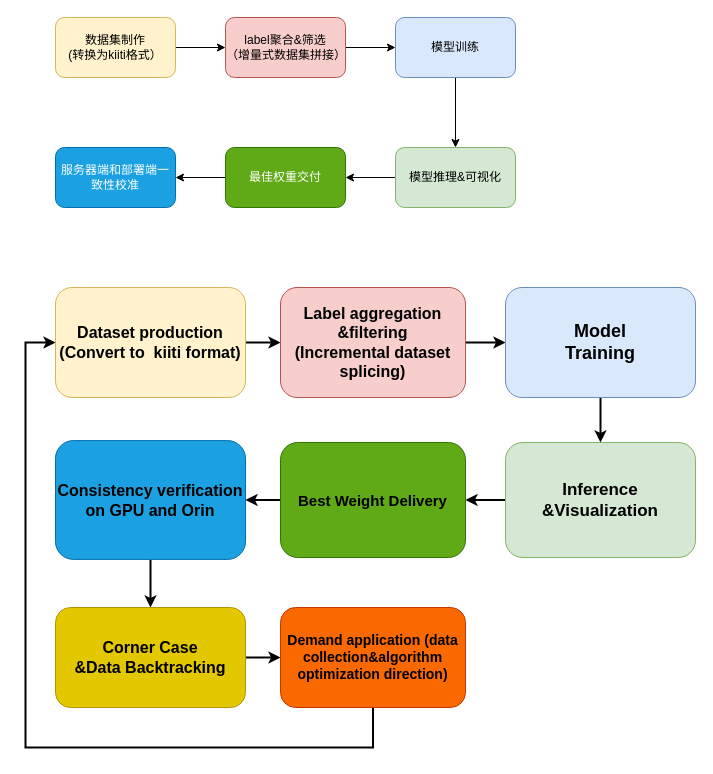
HouXin-J/BEVDet keeps this draw.io diagram as model training.drawio. Above is the earlier version. Source tidied: cells renumbered, new cells numbered last; positions are measured from the earlier drawing's top-left corner, leaving out a move shared by most shapes. Both pictures are drawn from the tidied source at 100%, with x=0, y=0 at pixel (25, 17).
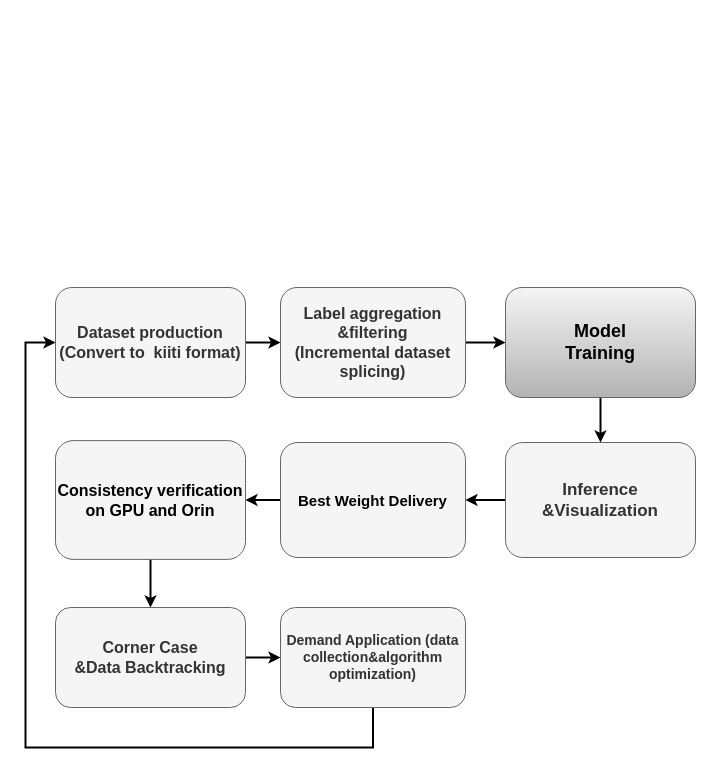
Above is the later version.

The edit, as a diff of the source:
```diff
@@
-    <mxCell id="2" style="edgeStyle=orthogonalEdgeStyle;rounded=0;jettySize=auto;html=1;" parent="1" edge="1" source="3" target="5">
-      <mxGeometry relative="1" as="geometry" />
-    </mxCell>
-    <mxCell id="3" value="数据集制作&lt;br&gt;(转换为kiiti格式）" style="rounded=1;whiteSpace=wrap;html=1;fillColor=#fff2cc;strokeColor=#d6b656;" parent="1" vertex="1">
-      <mxGeometry x="30" width="120" height="60" as="geometry" />
-    </mxCell>
-    <mxCell id="4" style="edgeStyle=orthogonalEdgeStyle;rounded=0;jettySize=auto;html=1;" parent="1" edge="1" source="5" target="7">
-      <mxGeometry relative="1" as="geometry" />
-    </mxCell>
-    <mxCell id="5" value="label聚合&amp;amp;筛选&lt;br&gt;（增量式数据集拼接）" style="whiteSpace=wrap;html=1;rounded=1;fillColor=#f8cecc;strokeColor=#b85450;" parent="1" vertex="1">
-      <mxGeometry x="200" width="120" height="60" as="geometry" />
-    </mxCell>
-    <mxCell id="6" style="edgeStyle=orthogonalEdgeStyle;rounded=0;jettySize=auto;html=1;" parent="1" edge="1" source="7" target="9">
-      <mxGeometry relative="1" as="geometry" />
-    </mxCell>
-    <mxCell id="7" value="模型训练" style="whiteSpace=wrap;html=1;rounded=1;fillColor=#dae8fc;strokeColor=#6c8ebf;" parent="1" vertex="1">
-      <mxGeometry x="370" width="120" height="60" as="geometry" />
-    </mxCell>
-    <mxCell id="8" style="edgeStyle=orthogonalEdgeStyle;rounded=0;jettySize=auto;html=1;" parent="1" edge="1" source="9" target="11">
-      <mxGeometry relative="1" as="geometry" />
-    </mxCell>
-    <mxCell id="9" value="模型推理&amp;amp;可视化" style="whiteSpace=wrap;html=1;rounded=1;fillColor=#d5e8d4;strokeColor=#82b366;" parent="1" vertex="1">
-      <mxGeometry x="370" y="130" width="120" height="60" as="geometry" />
-    </mxCell>
-    <mxCell id="10" style="edgeStyle=orthogonalEdgeStyle;rounded=0;jettySize=auto;html=1;" parent="1" edge="1" source="11" target="12">
-      <mxGeometry relative="1" as="geometry" />
-    </mxCell>
-    <mxCell id="11" value="最佳权重交付" style="whiteSpace=wrap;html=1;rounded=1;fillColor=#60a917;fontColor=#ffffff;strokeColor=#2D7600;" parent="1" vertex="1">
-      <mxGeometry x="200" y="130" width="120" height="60" as="geometry" />
-    </mxCell>
-    <mxCell id="12" value="服务器端和部署端一致性校准" style="whiteSpace=wrap;html=1;fillColor=#1ba1e2;strokeColor=#006EAF;fontColor=#ffffff;rounded=1;" parent="1" vertex="1">
-      <mxGeometry x="30" y="130" width="120" height="60" as="geometry" />
-    </mxCell>
@@
-    <mxCell id="14" value="&lt;div style=&quot;font-size: 16px;&quot;&gt;&lt;b style=&quot;&quot;&gt;&lt;font style=&quot;font-size: 16px;&quot;&gt;Dataset production&lt;/font&gt;&lt;/b&gt;&lt;/div&gt;&lt;div style=&quot;font-size: 16px;&quot;&gt;&lt;b style=&quot;&quot;&gt;&lt;font style=&quot;font-size: 16px;&quot;&gt;(Convert to&amp;nbsp;&amp;nbsp;&lt;span style=&quot;background-color: initial;&quot;&gt;kiiti format)&lt;/span&gt;&lt;/font&gt;&lt;/b&gt;&lt;/div&gt;" style="rounded=1;whiteSpace=wrap;html=1;fillColor=#fff2cc;strokeColor=#d6b656;" parent="1" vertex="1">
+    <mxCell id="14" value="&lt;div style=&quot;font-size: 16px;&quot;&gt;&lt;b style=&quot;&quot;&gt;&lt;font style=&quot;font-size: 16px;&quot;&gt;Dataset production&lt;/font&gt;&lt;/b&gt;&lt;/div&gt;&lt;div style=&quot;font-size: 16px;&quot;&gt;&lt;b style=&quot;&quot;&gt;&lt;font style=&quot;font-size: 16px;&quot;&gt;(Convert to&amp;nbsp;&amp;nbsp;&lt;span style=&quot;background-color: initial;&quot;&gt;kiiti format)&lt;/span&gt;&lt;/font&gt;&lt;/b&gt;&lt;/div&gt;" style="rounded=1;whiteSpace=wrap;html=1;fillColor=#f5f5f5;strokeColor=#666666;fontColor=#333333;" parent="1" vertex="1">
       <mxGeometry x="30" y="270" width="190" height="110" as="geometry" />
     </mxCell>
@@
-    <mxCell id="16" value="&lt;div style=&quot;font-size: 16px;&quot;&gt;&lt;b style=&quot;&quot;&gt;&lt;font style=&quot;font-size: 16px;&quot;&gt;Label aggregation&lt;/font&gt;&lt;/b&gt;&lt;/div&gt;&lt;div style=&quot;font-size: 16px;&quot;&gt;&lt;b&gt;&lt;font style=&quot;font-size: 16px;&quot;&gt;&amp;amp;&lt;/font&gt;&lt;/b&gt;&lt;b style=&quot;background-color: initial;&quot;&gt;filtering&lt;/b&gt;&lt;/div&gt;&lt;div style=&quot;font-size: 16px;&quot;&gt;&lt;b style=&quot;&quot;&gt;&lt;font style=&quot;font-size: 16px;&quot;&gt;(Incremental dataset splicing)&lt;/font&gt;&lt;/b&gt;&lt;/div&gt;" style="whiteSpace=wrap;html=1;rounded=1;fillColor=#f8cecc;strokeColor=#b85450;" parent="1" vertex="1">
+    <mxCell id="16" value="&lt;div style=&quot;font-size: 16px;&quot;&gt;&lt;b style=&quot;&quot;&gt;&lt;font style=&quot;font-size: 16px;&quot;&gt;Label aggregation&lt;/font&gt;&lt;/b&gt;&lt;/div&gt;&lt;div style=&quot;font-size: 16px;&quot;&gt;&lt;b&gt;&lt;font style=&quot;font-size: 16px;&quot;&gt;&amp;amp;&lt;/font&gt;&lt;/b&gt;&lt;b style=&quot;background-color: initial;&quot;&gt;filtering&lt;/b&gt;&lt;/div&gt;&lt;div style=&quot;font-size: 16px;&quot;&gt;&lt;b style=&quot;&quot;&gt;&lt;font style=&quot;font-size: 16px;&quot;&gt;(Incremental dataset splicing)&lt;/font&gt;&lt;/b&gt;&lt;/div&gt;" style="whiteSpace=wrap;html=1;rounded=1;fillColor=#f5f5f5;strokeColor=#666666;fontColor=#333333;" parent="1" vertex="1">
       <mxGeometry x="255" y="270" width="185" height="110" as="geometry" />
     </mxCell>
@@
-    <mxCell id="18" value="&lt;b&gt;&lt;font style=&quot;font-size: 18px;&quot;&gt;Model &lt;br&gt;Training&lt;/font&gt;&lt;/b&gt;" style="whiteSpace=wrap;html=1;rounded=1;fillColor=#dae8fc;strokeColor=#6c8ebf;" parent="1" vertex="1">
+    <mxCell id="18" value="&lt;b&gt;&lt;font style=&quot;font-size: 18px;&quot;&gt;Model &lt;br&gt;Training&lt;/font&gt;&lt;/b&gt;" style="whiteSpace=wrap;html=1;rounded=1;fillColor=#f5f5f5;strokeColor=#666666;gradientColor=#b3b3b3;" parent="1" vertex="1">
       <mxGeometry x="480" y="270" width="190" height="110" as="geometry" />
     </mxCell>
@@
-    <mxCell id="20" value="&lt;b style=&quot;font-size: 17px;&quot;&gt;&lt;font style=&quot;font-size: 17px;&quot;&gt;Inference&lt;br&gt;&amp;amp;Visualization&lt;/font&gt;&lt;/b&gt;" style="whiteSpace=wrap;html=1;rounded=1;fillColor=#d5e8d4;strokeColor=#82b366;" parent="1" vertex="1">
+    <mxCell id="20" value="&lt;b style=&quot;font-size: 17px;&quot;&gt;&lt;font style=&quot;font-size: 17px;&quot;&gt;Inference&lt;br&gt;&amp;amp;Visualization&lt;/font&gt;&lt;/b&gt;" style="whiteSpace=wrap;html=1;rounded=1;fillColor=#f5f5f5;strokeColor=#666666;fontColor=#333333;" parent="1" vertex="1">
       <mxGeometry x="480" y="425" width="190" height="115" as="geometry" />
     </mxCell>
@@
-    <mxCell id="22" value="&lt;b&gt;&lt;font style=&quot;font-size: 15px;&quot; color=&quot;#000000&quot;&gt;Best Weight Delivery&lt;/font&gt;&lt;/b&gt;" style="whiteSpace=wrap;html=1;rounded=1;fillColor=#60a917;fontColor=#ffffff;strokeColor=#2D7600;" parent="1" vertex="1">
+    <mxCell id="22" value="&lt;b&gt;&lt;font style=&quot;font-size: 15px;&quot; color=&quot;#000000&quot;&gt;Best Weight Delivery&lt;/font&gt;&lt;/b&gt;" style="whiteSpace=wrap;html=1;rounded=1;fillColor=#f5f5f5;strokeColor=#666666;fontColor=#333333;" parent="1" vertex="1">
       <mxGeometry x="255" y="425" width="185" height="115" as="geometry" />
     </mxCell>
@@
-    <mxCell id="24" value="&lt;b&gt;&lt;font color=&quot;#000000&quot; style=&quot;font-size: 16px;&quot;&gt;Consistency verification on GPU and Orin&lt;/font&gt;&lt;/b&gt;" style="whiteSpace=wrap;html=1;fillColor=#1ba1e2;strokeColor=#006EAF;fontColor=#ffffff;rounded=1;" parent="1" vertex="1">
+    <mxCell id="24" value="&lt;b&gt;&lt;font color=&quot;#000000&quot; style=&quot;font-size: 16px;&quot;&gt;Consistency verification on GPU and Orin&lt;/font&gt;&lt;/b&gt;" style="whiteSpace=wrap;html=1;fillColor=#f5f5f5;strokeColor=#666666;rounded=1;fontColor=#333333;" parent="1" vertex="1">
       <mxGeometry x="30" y="423.1" width="190" height="118.8" as="geometry" />
     </mxCell>
@@
-    <mxCell id="26" value="&lt;b style=&quot;font-size: 16px;&quot;&gt;Corner Case &lt;br&gt;&amp;amp;Data Backtracking&lt;/b&gt;" style="whiteSpace=wrap;html=1;fillColor=#e3c800;strokeColor=#B09500;fontColor=#000000;rounded=1;" parent="1" vertex="1">
+    <mxCell id="26" value="&lt;b style=&quot;font-size: 16px;&quot;&gt;Corner Case &lt;br&gt;&amp;amp;Data Backtracking&lt;/b&gt;" style="whiteSpace=wrap;html=1;fillColor=#f5f5f5;strokeColor=#666666;fontColor=#333333;rounded=1;" parent="1" vertex="1">
       <mxGeometry x="30" y="590" width="190" height="100" as="geometry" />
     </mxCell>
@@
-    <mxCell id="28" value="&lt;b&gt;&lt;font style=&quot;font-size: 14px;&quot;&gt;Demand application (data collection&amp;amp;algorithm optimization direction)&lt;/font&gt;&lt;/b&gt;" style="whiteSpace=wrap;html=1;fillColor=#fa6800;strokeColor=#C73500;fontColor=#000000;rounded=1;" parent="1" vertex="1">
+    <mxCell id="28" value="&lt;b&gt;&lt;font style=&quot;font-size: 14px;&quot;&gt;Demand Application (data collection&amp;amp;algorithm optimization)&lt;/font&gt;&lt;/b&gt;" style="whiteSpace=wrap;html=1;fillColor=#f5f5f5;strokeColor=#666666;fontColor=#333333;rounded=1;" parent="1" vertex="1">
       <mxGeometry x="255" y="590" width="185" height="100" as="geometry" />
     </mxCell>
```
